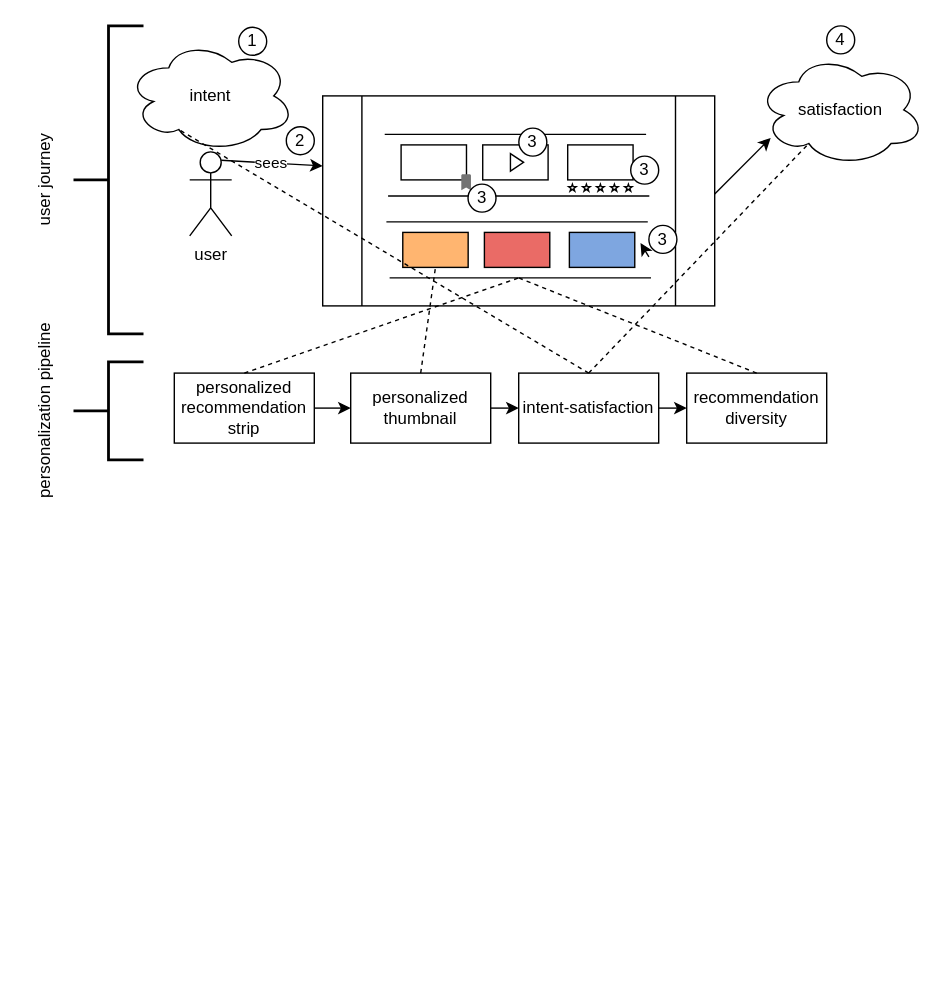
gabriben/thesis-mirror keeps this draw.io diagram as text/images/personalization pipeline.drawio. Above is the earlier version. Source tidied: cells renumbered, new cells numbered last; positions are measured from the earlier drawing's top-left corner, leaving out a move shared by most shapes. Both pictures are drawn from the tidied source at 140%, with x=0, y=0 at pixel (-88, 25).
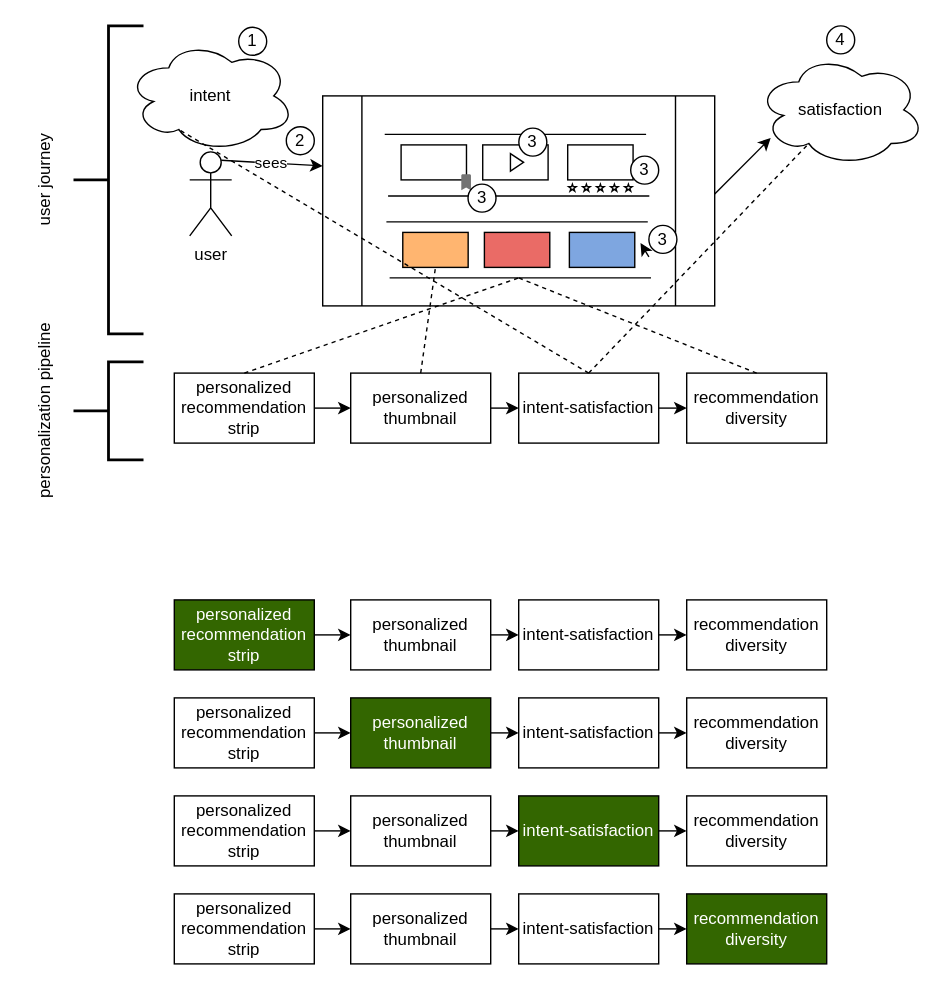
Above is the later version.

The edit, as a diff of the source:
```diff
@@
+    <mxCell id="51" style="edgeStyle=orthogonalEdgeStyle;rounded=0;jettySize=auto;html=1;exitX=1;exitY=0.5;exitDx=0;exitDy=0;entryX=0;entryY=0.5;entryDx=0;entryDy=0;" parent="1" edge="1" source="52" target="54">
+      <mxGeometry relative="1" as="geometry" />
+    </mxCell>
+    <mxCell id="52" value="&lt;font color=&quot;#ffffff&quot;&gt;personalized recommendation strip&lt;/font&gt;" style="rounded=0;whiteSpace=wrap;html=1;fillColor=#336600;shadow=0;" parent="1" vertex="1">
+      <mxGeometry x="187" y="410" width="100" height="50" as="geometry" />
+    </mxCell>
+    <mxCell id="53" style="edgeStyle=orthogonalEdgeStyle;rounded=0;jettySize=auto;html=1;exitX=1;exitY=0.5;exitDx=0;exitDy=0;entryX=0;entryY=0.5;entryDx=0;entryDy=0;" parent="1" edge="1" source="54" target="56">
+      <mxGeometry relative="1" as="geometry" />
+    </mxCell>
+    <mxCell id="54" value="personalized thumbnail" style="rounded=0;whiteSpace=wrap;html=1;" parent="1" vertex="1">
+      <mxGeometry x="313" y="410" width="100" height="50" as="geometry" />
+    </mxCell>
+    <mxCell id="55" style="edgeStyle=orthogonalEdgeStyle;rounded=0;jettySize=auto;html=1;exitX=1;exitY=0.5;exitDx=0;exitDy=0;entryX=0;entryY=0.5;entryDx=0;entryDy=0;" parent="1" edge="1" source="56" target="57">
+      <mxGeometry relative="1" as="geometry" />
+    </mxCell>
+    <mxCell id="56" value="intent-satisfaction" style="rounded=0;whiteSpace=wrap;html=1;" parent="1" vertex="1">
+      <mxGeometry x="433" y="410" width="100" height="50" as="geometry" />
+    </mxCell>
+    <mxCell id="57" value="recommendation diversity" style="rounded=0;whiteSpace=wrap;html=1;" parent="1" vertex="1">
+      <mxGeometry x="553" y="410" width="100" height="50" as="geometry" />
+    </mxCell>
+    <mxCell id="58" style="edgeStyle=orthogonalEdgeStyle;rounded=0;jettySize=auto;html=1;exitX=1;exitY=0.5;exitDx=0;exitDy=0;entryX=0;entryY=0.5;entryDx=0;entryDy=0;" parent="1" edge="1" source="59" target="61">
+      <mxGeometry relative="1" as="geometry" />
+    </mxCell>
+    <mxCell id="59" value="personalized recommendation strip" style="rounded=0;whiteSpace=wrap;html=1;" parent="1" vertex="1">
+      <mxGeometry x="187" y="480" width="100" height="50" as="geometry" />
+    </mxCell>
+    <mxCell id="60" style="edgeStyle=orthogonalEdgeStyle;rounded=0;jettySize=auto;html=1;exitX=1;exitY=0.5;exitDx=0;exitDy=0;entryX=0;entryY=0.5;entryDx=0;entryDy=0;" parent="1" edge="1" source="61" target="63">
+      <mxGeometry relative="1" as="geometry" />
+    </mxCell>
+    <mxCell id="61" value="&lt;font color=&quot;#ffffff&quot;&gt;personalized thumbnail&lt;/font&gt;" style="rounded=0;whiteSpace=wrap;html=1;fillColor=#336600;" parent="1" vertex="1">
+      <mxGeometry x="313" y="480" width="100" height="50" as="geometry" />
+    </mxCell>
+    <mxCell id="62" style="edgeStyle=orthogonalEdgeStyle;rounded=0;jettySize=auto;html=1;exitX=1;exitY=0.5;exitDx=0;exitDy=0;entryX=0;entryY=0.5;entryDx=0;entryDy=0;" parent="1" edge="1" source="63" target="64">
+      <mxGeometry relative="1" as="geometry" />
+    </mxCell>
+    <mxCell id="63" value="intent-satisfaction" style="rounded=0;whiteSpace=wrap;html=1;" parent="1" vertex="1">
+      <mxGeometry x="433" y="480" width="100" height="50" as="geometry" />
+    </mxCell>
+    <mxCell id="64" value="recommendation diversity" style="rounded=0;whiteSpace=wrap;html=1;" parent="1" vertex="1">
+      <mxGeometry x="553" y="480" width="100" height="50" as="geometry" />
+    </mxCell>
+    <mxCell id="65" style="edgeStyle=orthogonalEdgeStyle;rounded=0;jettySize=auto;html=1;exitX=1;exitY=0.5;exitDx=0;exitDy=0;entryX=0;entryY=0.5;entryDx=0;entryDy=0;" parent="1" edge="1" source="66" target="68">
+      <mxGeometry relative="1" as="geometry" />
+    </mxCell>
+    <mxCell id="66" value="personalized recommendation strip" style="rounded=0;whiteSpace=wrap;html=1;" parent="1" vertex="1">
+      <mxGeometry x="187" y="550" width="100" height="50" as="geometry" />
+    </mxCell>
+    <mxCell id="67" style="edgeStyle=orthogonalEdgeStyle;rounded=0;jettySize=auto;html=1;exitX=1;exitY=0.5;exitDx=0;exitDy=0;entryX=0;entryY=0.5;entryDx=0;entryDy=0;" parent="1" edge="1" source="68" target="70">
+      <mxGeometry relative="1" as="geometry" />
+    </mxCell>
+    <mxCell id="68" value="personalized thumbnail" style="rounded=0;whiteSpace=wrap;html=1;" parent="1" vertex="1">
+      <mxGeometry x="313" y="550" width="100" height="50" as="geometry" />
+    </mxCell>
+    <mxCell id="69" style="edgeStyle=orthogonalEdgeStyle;rounded=0;jettySize=auto;html=1;exitX=1;exitY=0.5;exitDx=0;exitDy=0;entryX=0;entryY=0.5;entryDx=0;entryDy=0;" parent="1" edge="1" source="70" target="71">
+      <mxGeometry relative="1" as="geometry" />
+    </mxCell>
+    <mxCell id="70" value="&lt;font color=&quot;#ffffff&quot;&gt;intent-satisfaction&lt;/font&gt;" style="rounded=0;whiteSpace=wrap;html=1;fillColor=#336600;" parent="1" vertex="1">
+      <mxGeometry x="433" y="550" width="100" height="50" as="geometry" />
+    </mxCell>
+    <mxCell id="71" value="recommendation diversity" style="rounded=0;whiteSpace=wrap;html=1;" parent="1" vertex="1">
+      <mxGeometry x="553" y="550" width="100" height="50" as="geometry" />
+    </mxCell>
+    <mxCell id="72" style="edgeStyle=orthogonalEdgeStyle;rounded=0;jettySize=auto;html=1;exitX=1;exitY=0.5;exitDx=0;exitDy=0;entryX=0;entryY=0.5;entryDx=0;entryDy=0;" parent="1" edge="1" source="73" target="75">
+      <mxGeometry relative="1" as="geometry" />
+    </mxCell>
+    <mxCell id="73" value="personalized recommendation strip" style="rounded=0;whiteSpace=wrap;html=1;" parent="1" vertex="1">
+      <mxGeometry x="187" y="620" width="100" height="50" as="geometry" />
+    </mxCell>
+    <mxCell id="74" style="edgeStyle=orthogonalEdgeStyle;rounded=0;jettySize=auto;html=1;exitX=1;exitY=0.5;exitDx=0;exitDy=0;entryX=0;entryY=0.5;entryDx=0;entryDy=0;" parent="1" edge="1" source="75" target="77">
+      <mxGeometry relative="1" as="geometry" />
+    </mxCell>
+    <mxCell id="75" value="personalized thumbnail" style="rounded=0;whiteSpace=wrap;html=1;" parent="1" vertex="1">
+      <mxGeometry x="313" y="620" width="100" height="50" as="geometry" />
+    </mxCell>
+    <mxCell id="76" style="edgeStyle=orthogonalEdgeStyle;rounded=0;jettySize=auto;html=1;exitX=1;exitY=0.5;exitDx=0;exitDy=0;entryX=0;entryY=0.5;entryDx=0;entryDy=0;" parent="1" edge="1" source="77" target="78">
+      <mxGeometry relative="1" as="geometry" />
+    </mxCell>
+    <mxCell id="77" value="intent-satisfaction" style="rounded=0;whiteSpace=wrap;html=1;" parent="1" vertex="1">
+      <mxGeometry x="433" y="620" width="100" height="50" as="geometry" />
+    </mxCell>
+    <mxCell id="78" value="&lt;font color=&quot;#ffffff&quot;&gt;recommendation diversity&lt;/font&gt;" style="rounded=0;whiteSpace=wrap;html=1;fillColor=#336600;" parent="1" vertex="1">
+      <mxGeometry x="553" y="620" width="100" height="50" as="geometry" />
+    </mxCell>
```
